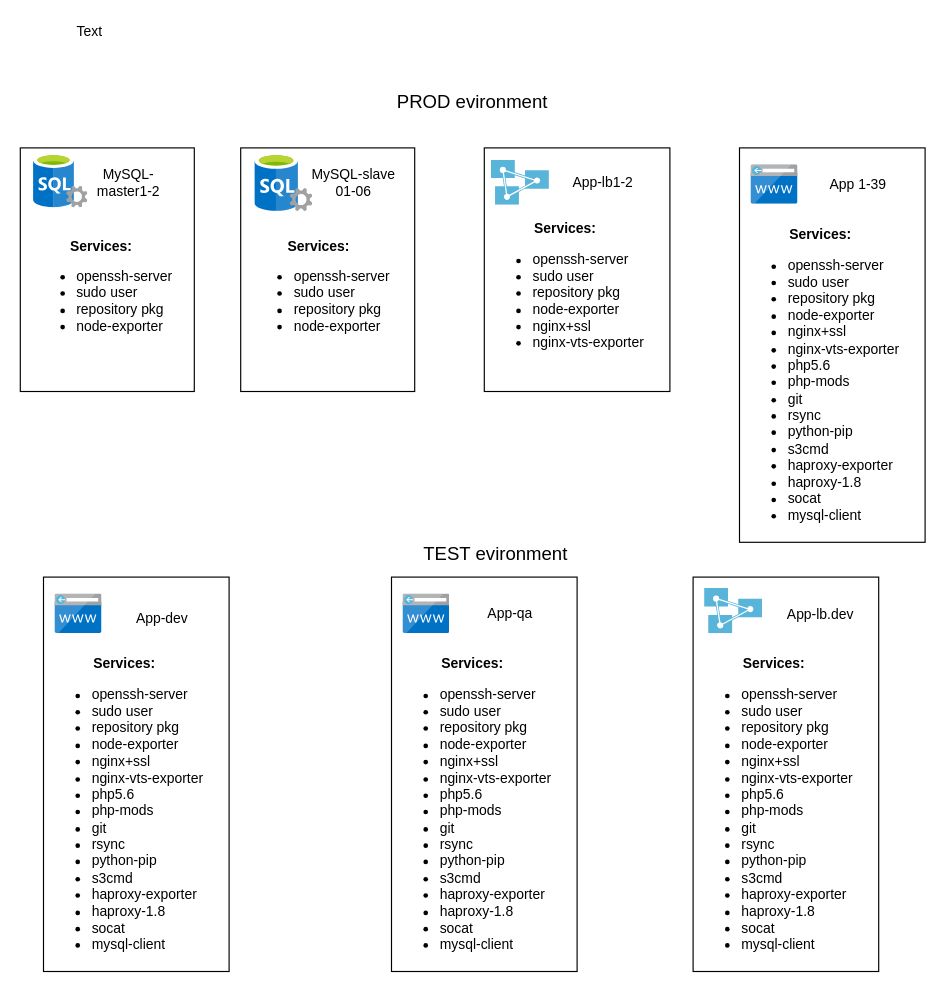
SergeyKa-cmd/Rebrain keeps this draw.io diagram as Untitled Diagram.drawio. Above is the earlier version. Source tidied: cells renumbered, new cells numbered last; positions are measured from the earlier drawing's top-left corner, leaving out a move shared by most shapes. Both pictures are drawn from the tidied source at 116%, with x=0, y=0 at pixel (20, 20).
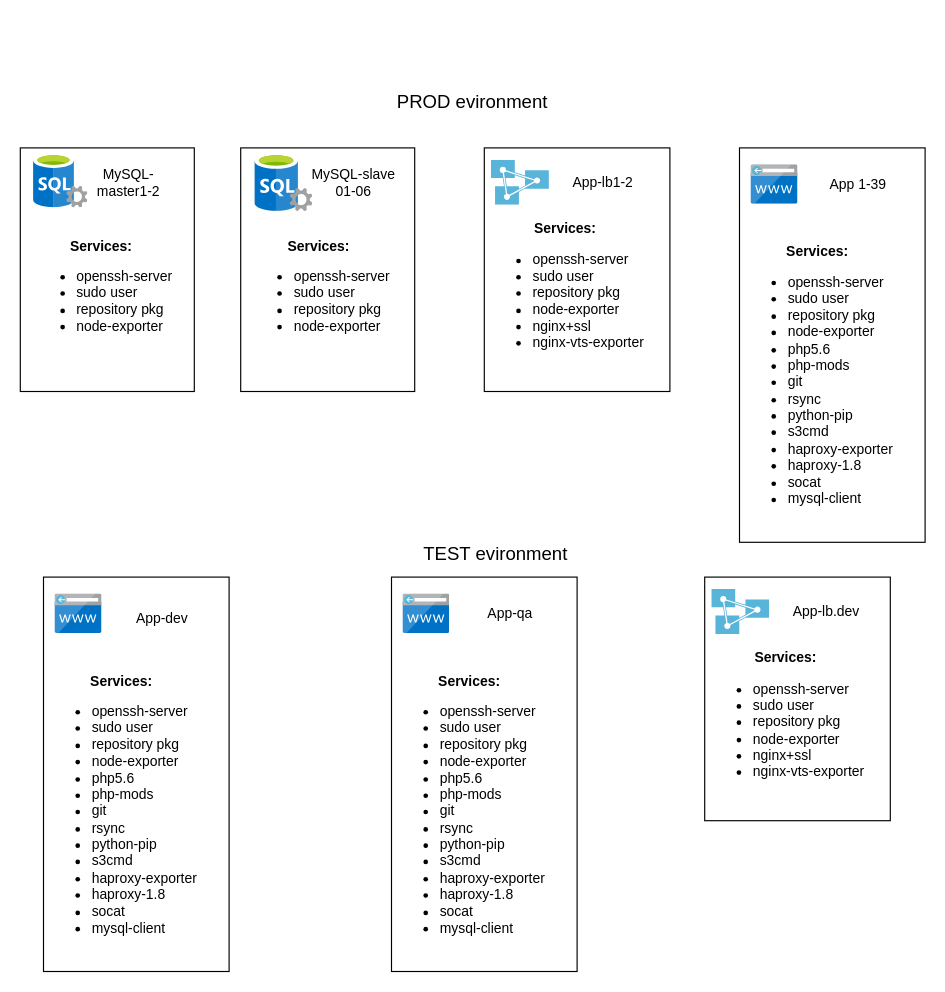
Above is the later version.

Commit message:
OPS13 Task

The change refers to these unchanged cells:
```xml
<mxCell id="21" style="group;" parent="1" vertex="1">
  <mxGeometry x="620" y="110" width="160" height="340" as="geometry" />
</mxCell>
<mxCell id="28" style="group;" parent="1" vertex="1">
  <mxGeometry x="20" y="480" width="160" height="340" as="geometry" />
</mxCell>
<mxCell id="33" style="group;" parent="1" vertex="1">
  <mxGeometry x="320" y="480" width="160" height="340" as="geometry" />
</mxCell>
```

Change to the diagram source:
```diff
@@
-    <mxCell id="2" value="Text" style="text;html=1;strokeColor=none;fillColor=none;align=center;verticalAlign=middle;whiteSpace=wrap;rounded=0;" parent="1" vertex="1">
-      <mxGeometry x="40" width="40" height="20" as="geometry" />
-    </mxCell>
@@
-    <mxCell id="24" value="&lt;div align=&quot;center&quot;&gt;&lt;b&gt;Services:&lt;/b&gt;&lt;br&gt;&lt;/div&gt;&lt;div align=&quot;left&quot;&gt;&lt;ul&gt;&lt;li&gt;openssh-server&lt;/li&gt;&lt;li&gt;sudo user&lt;/li&gt;&lt;li&gt;repository pkg&lt;/li&gt;&lt;li&gt;node-exporter&lt;/li&gt;&lt;li&gt;nginx+ssl&lt;/li&gt;&lt;li&gt;nginx-vts-exporter&lt;/li&gt;&lt;li&gt;php5.6&lt;/li&gt;&lt;li&gt;php-mods&lt;/li&gt;&lt;li&gt;git&lt;/li&gt;&lt;li&gt;rsync&lt;/li&gt;&lt;li&gt;python-pip&lt;/li&gt;&lt;li&gt;s3cmd&lt;/li&gt;&lt;li&gt;haproxy-exporter&lt;/li&gt;&lt;li&gt;haproxy-1.8&lt;/li&gt;&lt;li&gt;socat&lt;/li&gt;&lt;li&gt;mysql-client&lt;br&gt;&lt;/li&gt;&lt;/ul&gt;&lt;/div&gt;" style="text;html=1;strokeColor=none;fillColor=none;align=left;verticalAlign=middle;whiteSpace=wrap;rounded=0;" parent="21" vertex="1">
+    <mxCell id="24" value="&lt;div align=&quot;center&quot;&gt;&lt;b&gt;Services:&lt;/b&gt;&lt;br&gt;&lt;/div&gt;&lt;div align=&quot;left&quot;&gt;&lt;ul&gt;&lt;li&gt;openssh-server&lt;/li&gt;&lt;li&gt;sudo user&lt;/li&gt;&lt;li&gt;repository pkg&lt;/li&gt;&lt;li&gt;node-exporter&lt;/li&gt;&lt;li&gt;php5.6&lt;/li&gt;&lt;li&gt;php-mods&lt;/li&gt;&lt;li&gt;git&lt;/li&gt;&lt;li&gt;rsync&lt;/li&gt;&lt;li&gt;python-pip&lt;/li&gt;&lt;li&gt;s3cmd&lt;/li&gt;&lt;li&gt;haproxy-exporter&lt;/li&gt;&lt;li&gt;haproxy-1.8&lt;/li&gt;&lt;li&gt;socat&lt;/li&gt;&lt;li&gt;mysql-client&lt;br&gt;&lt;/li&gt;&lt;/ul&gt;&lt;/div&gt;" style="text;html=1;strokeColor=none;fillColor=none;align=left;verticalAlign=middle;whiteSpace=wrap;rounded=0;" parent="21" vertex="1">
       <mxGeometry y="97.1" width="160" height="210.5" as="geometry" />
     </mxCell>
@@
-    <mxCell id="31" value="&lt;div align=&quot;center&quot;&gt;&lt;b&gt;Services:&lt;/b&gt;&lt;br&gt;&lt;/div&gt;&lt;div align=&quot;left&quot;&gt;&lt;ul&gt;&lt;li&gt;openssh-server&lt;/li&gt;&lt;li&gt;sudo user&lt;/li&gt;&lt;li&gt;repository pkg&lt;/li&gt;&lt;li&gt;node-exporter&lt;/li&gt;&lt;li&gt;nginx+ssl&lt;/li&gt;&lt;li&gt;nginx-vts-exporter&lt;/li&gt;&lt;li&gt;php5.6&lt;/li&gt;&lt;li&gt;php-mods&lt;/li&gt;&lt;li&gt;git&lt;/li&gt;&lt;li&gt;rsync&lt;/li&gt;&lt;li&gt;python-pip&lt;/li&gt;&lt;li&gt;s3cmd&lt;/li&gt;&lt;li&gt;haproxy-exporter&lt;/li&gt;&lt;li&gt;haproxy-1.8&lt;/li&gt;&lt;li&gt;socat&lt;/li&gt;&lt;li&gt;mysql-client&lt;br&gt;&lt;/li&gt;&lt;/ul&gt;&lt;/div&gt;" style="text;html=1;strokeColor=none;fillColor=none;align=left;verticalAlign=middle;whiteSpace=wrap;rounded=0;" parent="28" vertex="1">
+    <mxCell id="31" value="&lt;div align=&quot;center&quot;&gt;&lt;b&gt;Services:&lt;/b&gt;&lt;br&gt;&lt;/div&gt;&lt;div align=&quot;left&quot;&gt;&lt;ul&gt;&lt;li&gt;openssh-server&lt;/li&gt;&lt;li&gt;sudo user&lt;/li&gt;&lt;li&gt;repository pkg&lt;/li&gt;&lt;li&gt;node-exporter&lt;/li&gt;&lt;li&gt;php5.6&lt;/li&gt;&lt;li&gt;php-mods&lt;/li&gt;&lt;li&gt;git&lt;/li&gt;&lt;li&gt;rsync&lt;/li&gt;&lt;li&gt;python-pip&lt;/li&gt;&lt;li&gt;s3cmd&lt;/li&gt;&lt;li&gt;haproxy-exporter&lt;/li&gt;&lt;li&gt;haproxy-1.8&lt;/li&gt;&lt;li&gt;socat&lt;/li&gt;&lt;li&gt;mysql-client&lt;br&gt;&lt;/li&gt;&lt;/ul&gt;&lt;/div&gt;" style="text;html=1;strokeColor=none;fillColor=none;align=left;verticalAlign=middle;whiteSpace=wrap;rounded=0;" parent="28" vertex="1">
       <mxGeometry y="97.1" width="160" height="210.5" as="geometry" />
     </mxCell>
@@
-    <mxCell id="36" value="&lt;div align=&quot;center&quot;&gt;&lt;b&gt;Services:&lt;/b&gt;&lt;br&gt;&lt;/div&gt;&lt;div align=&quot;left&quot;&gt;&lt;ul&gt;&lt;li&gt;openssh-server&lt;/li&gt;&lt;li&gt;sudo user&lt;/li&gt;&lt;li&gt;repository pkg&lt;/li&gt;&lt;li&gt;node-exporter&lt;/li&gt;&lt;li&gt;nginx+ssl&lt;/li&gt;&lt;li&gt;nginx-vts-exporter&lt;/li&gt;&lt;li&gt;php5.6&lt;/li&gt;&lt;li&gt;php-mods&lt;/li&gt;&lt;li&gt;git&lt;/li&gt;&lt;li&gt;rsync&lt;/li&gt;&lt;li&gt;python-pip&lt;/li&gt;&lt;li&gt;s3cmd&lt;/li&gt;&lt;li&gt;haproxy-exporter&lt;/li&gt;&lt;li&gt;haproxy-1.8&lt;/li&gt;&lt;li&gt;socat&lt;/li&gt;&lt;li&gt;mysql-client&lt;br&gt;&lt;/li&gt;&lt;/ul&gt;&lt;/div&gt;" style="text;html=1;strokeColor=none;fillColor=none;align=left;verticalAlign=middle;whiteSpace=wrap;rounded=0;" parent="33" vertex="1">
+    <mxCell id="36" value="&lt;div align=&quot;center&quot;&gt;&lt;b&gt;Services:&lt;/b&gt;&lt;br&gt;&lt;/div&gt;&lt;div align=&quot;left&quot;&gt;&lt;ul&gt;&lt;li&gt;openssh-server&lt;/li&gt;&lt;li&gt;sudo user&lt;/li&gt;&lt;li&gt;repository pkg&lt;/li&gt;&lt;li&gt;node-exporter&lt;/li&gt;&lt;li&gt;php5.6&lt;/li&gt;&lt;li&gt;php-mods&lt;/li&gt;&lt;li&gt;git&lt;/li&gt;&lt;li&gt;rsync&lt;/li&gt;&lt;li&gt;python-pip&lt;/li&gt;&lt;li&gt;s3cmd&lt;/li&gt;&lt;li&gt;haproxy-exporter&lt;/li&gt;&lt;li&gt;haproxy-1.8&lt;/li&gt;&lt;li&gt;socat&lt;/li&gt;&lt;li&gt;mysql-client&lt;br&gt;&lt;/li&gt;&lt;/ul&gt;&lt;/div&gt;" style="text;html=1;strokeColor=none;fillColor=none;align=left;verticalAlign=middle;whiteSpace=wrap;rounded=0;" parent="33" vertex="1">
       <mxGeometry y="97.1" width="160" height="210.5" as="geometry" />
     </mxCell>
@@
-    <mxCell id="38" style="group;" parent="1" vertex="1">
-      <mxGeometry x="580" y="480" width="160" height="340" as="geometry" />
-    </mxCell>
-    <mxCell id="39" style="rounded=0;whiteSpace=wrap;html=1;" parent="38" vertex="1">
-      <mxGeometry width="160" height="340" as="geometry" />
-    </mxCell>
+    <mxCell id="43" style="group;" parent="1" vertex="1">
+      <mxGeometry x="590" y="480" width="160" height="210" as="geometry" />
+    </mxCell>
+    <mxCell id="44" style="rounded=0;whiteSpace=wrap;html=1;" parent="43" vertex="1">
+      <mxGeometry width="160" height="210" as="geometry" />
+    </mxCell>
-    <mxCell id="40" value="App-lb.dev" style="text;html=1;strokeColor=none;fillColor=none;align=center;verticalAlign=middle;whiteSpace=wrap;rounded=0;" parent="38" vertex="1">
-      <mxGeometry x="70" y="16.6" width="80" height="32.4" as="geometry" />
+    <mxCell id="40" value="App-lb.dev" style="text;html=1;strokeColor=none;fillColor=none;align=center;verticalAlign=middle;whiteSpace=wrap;rounded=0;" parent="43" vertex="1">
+      <mxGeometry x="70" y="20" width="70" height="20" as="geometry" />
     </mxCell>
-    <mxCell id="41" value="&lt;div align=&quot;center&quot;&gt;&lt;b&gt;Services:&lt;/b&gt;&lt;br&gt;&lt;/div&gt;&lt;div align=&quot;left&quot;&gt;&lt;ul&gt;&lt;li&gt;openssh-server&lt;/li&gt;&lt;li&gt;sudo user&lt;/li&gt;&lt;li&gt;repository pkg&lt;/li&gt;&lt;li&gt;node-exporter&lt;/li&gt;&lt;li&gt;nginx+ssl&lt;/li&gt;&lt;li&gt;nginx-vts-exporter&lt;/li&gt;&lt;li&gt;php5.6&lt;/li&gt;&lt;li&gt;php-mods&lt;/li&gt;&lt;li&gt;git&lt;/li&gt;&lt;li&gt;rsync&lt;/li&gt;&lt;li&gt;python-pip&lt;/li&gt;&lt;li&gt;s3cmd&lt;/li&gt;&lt;li&gt;haproxy-exporter&lt;/li&gt;&lt;li&gt;haproxy-1.8&lt;/li&gt;&lt;li&gt;socat&lt;/li&gt;&lt;li&gt;mysql-client&lt;br&gt;&lt;/li&gt;&lt;/ul&gt;&lt;/div&gt;" style="text;html=1;strokeColor=none;fillColor=none;align=left;verticalAlign=middle;whiteSpace=wrap;rounded=0;" parent="38" vertex="1">
-      <mxGeometry y="97.1" width="160" height="210.5" as="geometry" />
-    </mxCell>
-    <mxCell id="42" style="html=1;align=center;image;fontSize=12;image=img/lib/mscae/Analysis_Services.svg;" parent="38" vertex="1">
-      <mxGeometry x="10" y="10" width="50" height="39" as="geometry" />
-    </mxCell>
+    <mxCell id="45" value="&lt;div align=&quot;center&quot;&gt;&lt;b&gt;Services:&lt;/b&gt;&lt;br&gt;&lt;/div&gt;&lt;div align=&quot;left&quot;&gt;&lt;ul&gt;&lt;li&gt;openssh-server&lt;/li&gt;&lt;li&gt;sudo user&lt;/li&gt;&lt;li&gt;repository pkg&lt;/li&gt;&lt;li&gt;node-exporter&lt;/li&gt;&lt;li&gt;nginx+ssl&lt;/li&gt;&lt;li&gt;nginx-vts-exporter&lt;/li&gt;&lt;/ul&gt;&lt;/div&gt;" style="text;html=1;strokeColor=none;fillColor=none;align=left;verticalAlign=middle;whiteSpace=wrap;rounded=0;" parent="43" vertex="1">
+      <mxGeometry y="60" width="160" height="130" as="geometry" />
+    </mxCell>
+    <mxCell id="46" style="html=1;align=center;image;fontSize=12;image=img/lib/mscae/Analysis_Services.svg;" parent="43" vertex="1">
+      <mxGeometry x="6.2" y="10.5" width="50" height="39" as="geometry" />
+    </mxCell>
```
